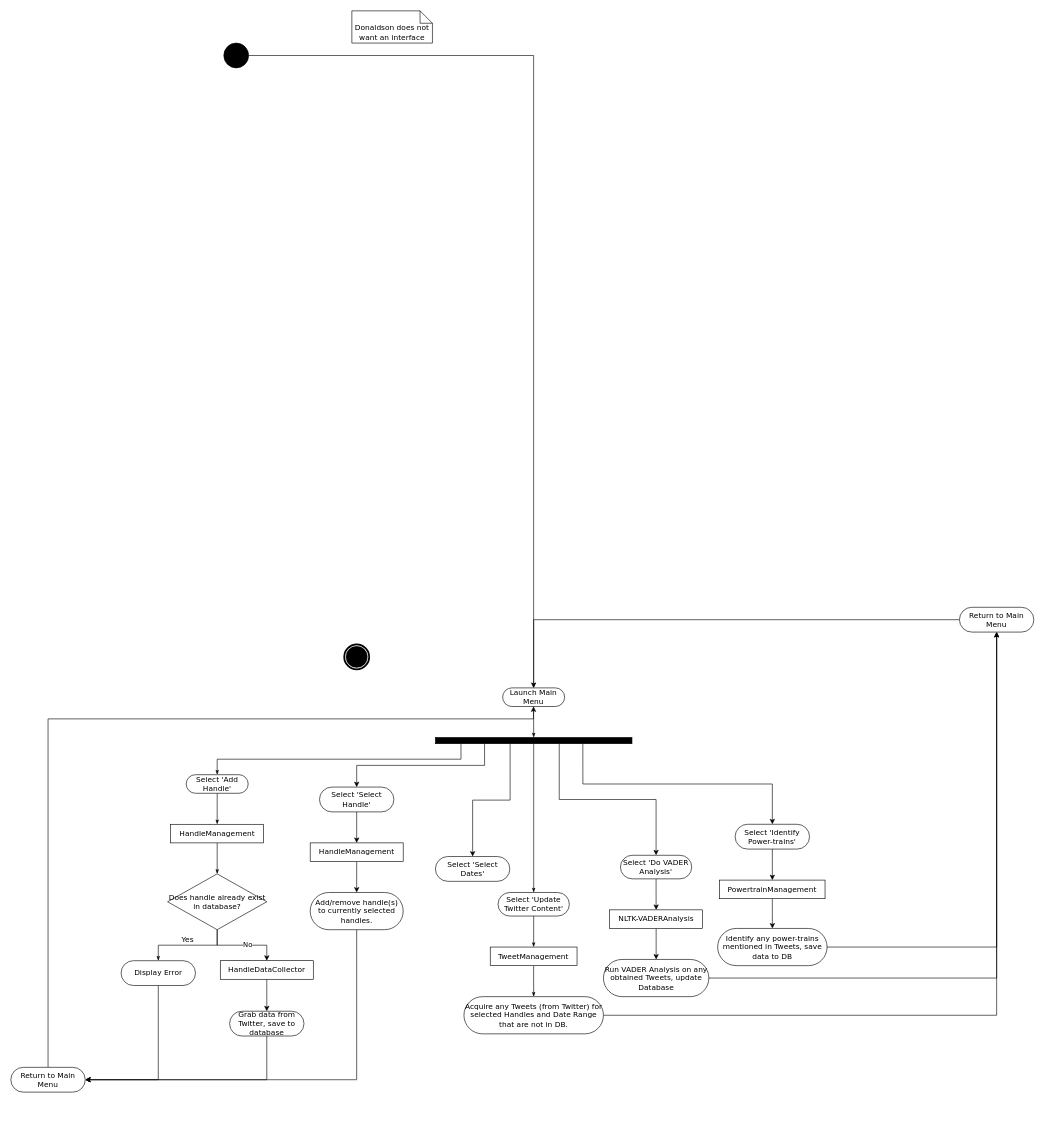
This is uml/dynamic.drawio from agarcia169/4306-Donaldson-Project, a draw.io file, before an edit. Source tidied: cells renumbered, new cells numbered last; positions are measured from the earlier drawing's top-left corner, leaving out a move shared by most shapes. Both pictures are drawn from the tidied source at 62%, with x=0, y=0 at pixel (11, 11).
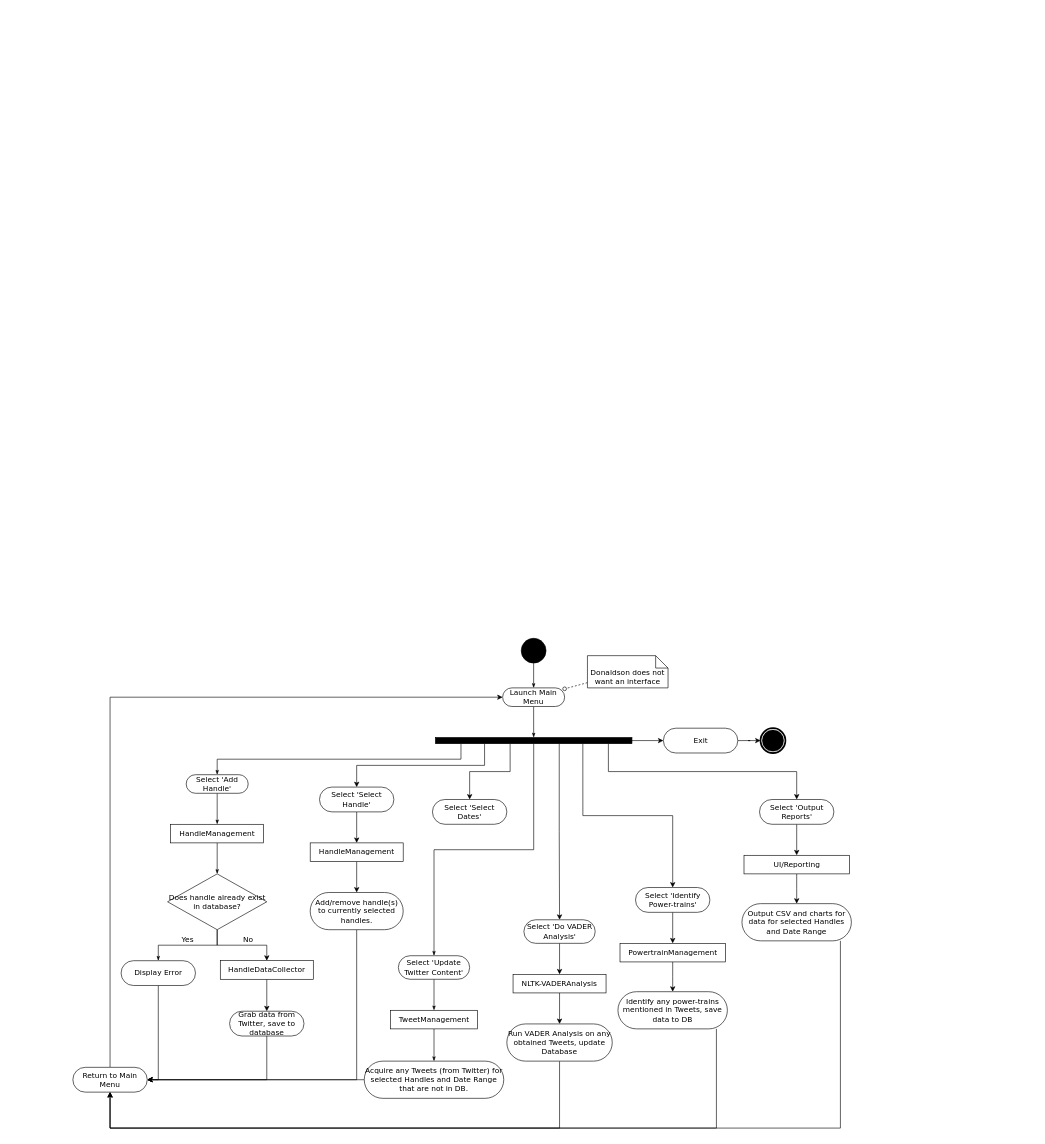
The same diagram, later.

Unchanged cells that the change refers to:
```xml
<mxCell id="9" value="Launch Main Menu" style="rounded=1;whiteSpace=wrap;html=1;shadow=0;comic=0;labelBackgroundColor=none;strokeWidth=1;fontFamily=Verdana;fontSize=12;align=center;arcSize=50;" parent="1" vertex="1">
  <mxGeometry x="793.2" y="1092" width="100" height="30" as="geometry" />
</mxCell>
<mxCell id="21" style="whiteSpace=wrap;html=1;rounded=0;shadow=0;comic=0;labelBackgroundColor=none;strokeWidth=1;fillColor=#000000;fontFamily=Verdana;fontSize=12;align=center;rotation=0;points=[[0,0,0,0,0],[0,0.3,0,0,0],[0,0.5,0,0,0],[0,0.7,0,0,0],[0,1,0,0,0],[0.13,0,0,0,0],[0.13,1,0,0,0],[0.25,0,0,0,0],[0.25,1,0,0,0],[0.38,0,0,0,0],[0.38,1,0,0,0],[0.5,0,0,0,0],[0.5,1,0,0,0],[0.63,0,0,0,0],[0.63,1,0,0,0],[0.75,0,0,0,0],[0.75,1,0,0,0],[0.88,0,0,0,0],[0.88,1,0,0,0],[1,0,0,0,0],[1,0.3,0,0,0],[1,0.5,0,0,0],[1,0.8,0,0,0],[1,1,0,0,0]];" parent="1" vertex="1">
  <mxGeometry x="684.8" y="1172" width="317" height="10" as="geometry" />
</mxCell>
<mxCell id="23" value="HandleDataCollector" style="rounded=0;whiteSpace=wrap;html=1;shadow=0;comic=0;labelBackgroundColor=none;strokeWidth=1;fontFamily=Verdana;fontSize=12;align=center;arcSize=50;" parent="1" vertex="1">
  <mxGeometry x="337.8" y="1532" width="150" height="30" as="geometry" />
</mxCell>
<mxCell id="27" value="Does handle already exist in database?" style="rhombus;shadow=0;fontFamily=Verdana;fontSize=12;fontColor=rgb(0, 0, 0);align=center;strokeColor=rgb(0, 0, 0);strokeWidth=1;fillColor=rgb(255, 255, 255);html=1;comic=0;whiteSpace=wrap;" parent="1" vertex="1">
  <mxGeometry x="252.8" y="1392" width="160" height="90" as="geometry" />
</mxCell>
```

Change to the diagram source:
```diff
@@
+    <mxCell id="57" style="rounded=0;jettySize=auto;html=1;fontFamily=Verdana;endArrow=oval;endFill=0;dashed=1;" parent="1" edge="1" source="2" target="9">
+      <mxGeometry relative="1" as="geometry" />
+    </mxCell>
     <mxCell id="2" value="Donaldson does not want an interface" style="shape=note;whiteSpace=wrap;html=1;rounded=0;shadow=0;comic=0;labelBackgroundColor=none;strokeWidth=1;fontFamily=Verdana;fontSize=12;align=center;size=20;labelPosition=center;verticalLabelPosition=middle;verticalAlign=bottom;" parent="1" vertex="1">
-      <mxGeometry x="550" width="130" height="52" as="geometry" />
+      <mxGeometry x="930" y="1040" width="130" height="52" as="geometry" />
     </mxCell>
@@
     <mxCell id="8" style="ellipse;whiteSpace=wrap;html=1;rounded=0;shadow=0;comic=0;labelBackgroundColor=none;strokeWidth=1;fillColor=#000000;fontFamily=Verdana;fontSize=12;align=center;" parent="1" vertex="1">
-      <mxGeometry x="343.5" y="52" width="40" height="40" as="geometry" />
+      <mxGeometry x="823.2" y="1012" width="40" height="40" as="geometry" />
     </mxCell>
@@
     <mxCell id="11" value="Select 'Update Twitter Content'" style="rounded=1;whiteSpace=wrap;html=1;shadow=0;comic=0;labelBackgroundColor=none;strokeWidth=1;fontFamily=Verdana;fontSize=12;align=center;arcSize=50;" parent="1" vertex="1">
-      <mxGeometry x="785.8" y="1422" width="115" height="38" as="geometry" />
+      <mxGeometry x="625" y="1524" width="115" height="38" as="geometry" />
     </mxCell>
-    <mxCell id="12" style="edgeStyle=orthogonalEdgeStyle;rounded=0;html=1;labelBackgroundColor=none;startArrow=none;startFill=0;startSize=5;endArrow=classicThin;endFill=1;endSize=5;jettySize=auto;strokeWidth=1;fontFamily=Verdana;fontSize=12;" parent="1" edge="1" source="13" target="52">
-      <mxGeometry relative="1" as="geometry" />
-    </mxCell>
+    <mxCell id="58" style="edgeStyle=orthogonalEdgeStyle;rounded=0;jettySize=auto;html=1;fontFamily=Verdana;fontSize=12;endArrow=classic;endFill=1;" parent="1" edge="1" source="13" target="41">
+      <mxGeometry relative="1" as="geometry" />
+    </mxCell>
     <mxCell id="13" value="Acquire any Tweets (from Twitter) for selected Handles and Date Range that are not in DB." style="rounded=1;whiteSpace=wrap;html=1;shadow=0;comic=0;labelBackgroundColor=none;strokeWidth=1;fontFamily=Verdana;fontSize=12;align=center;arcSize=50;" parent="1" vertex="1">
-      <mxGeometry x="730.8" y="1590" width="225" height="60" as="geometry" />
+      <mxGeometry x="570" y="1694" width="225" height="60" as="geometry" />
     </mxCell>
@@
     <mxCell id="15" value="TweetManagement" style="rounded=0;whiteSpace=wrap;html=1;shadow=0;comic=0;labelBackgroundColor=none;strokeWidth=1;fontFamily=Verdana;fontSize=12;align=center;arcSize=50;" parent="1" vertex="1">
-      <mxGeometry x="773.2" y="1510" width="140" height="30" as="geometry" />
+      <mxGeometry x="612.5" y="1612" width="140" height="30" as="geometry" />
     </mxCell>
     <mxCell id="16" style="shape=mxgraph.bpmn.shape;html=1;verticalLabelPosition=bottom;labelBackgroundColor=#ffffff;verticalAlign=top;perimeter=ellipsePerimeter;outline=end;symbol=terminate;rounded=0;shadow=0;comic=0;strokeWidth=1;fontFamily=Verdana;fontSize=12;align=center;" parent="1" vertex="1">
-      <mxGeometry x="537.8" y="1022" width="40" height="40" as="geometry" />
+      <mxGeometry x="1209.2" y="1157" width="40" height="40" as="geometry" />
     </mxCell>
@@
+    <mxCell id="59" style="edgeStyle=orthogonalEdgeStyle;rounded=0;jettySize=auto;html=1;exitX=0.88;exitY=1;exitDx=0;exitDy=0;exitPerimeter=0;fontFamily=Verdana;endArrow=classic;endFill=1;" parent="1" edge="1" source="21" target="68">
+      <mxGeometry relative="1" as="geometry" />
+    </mxCell>
+    <mxCell id="60" style="edgeStyle=orthogonalEdgeStyle;rounded=0;jettySize=auto;html=1;exitX=1;exitY=0.5;exitDx=0;exitDy=0;exitPerimeter=0;fontFamily=Verdana;fontSize=12;endArrow=classic;endFill=1;" parent="1" edge="1" source="21" target="70">
+      <mxGeometry relative="1" as="geometry" />
+    </mxCell>
@@
-    <mxCell id="26" value="No" style="edgeStyle=orthogonalEdgeStyle;rounded=0;jettySize=auto;html=1;endArrow=classic;endFill=1;fontFamily=Verdana;verticalAlign=middle;align=left;" parent="1" edge="1" source="27" target="23">
+    <mxCell id="26" value="No" style="edgeStyle=orthogonalEdgeStyle;rounded=0;jettySize=auto;html=1;endArrow=classic;endFill=1;fontFamily=Verdana;verticalAlign=bottom;align=left;fontSize=12;" parent="1" edge="1" source="27" target="23">
       <mxGeometry relative="1" as="geometry" />
     </mxCell>
@@
     <mxCell id="40" style="edgeStyle=orthogonalEdgeStyle;rounded=0;jettySize=auto;html=1;fontFamily=Verdana;endArrow=classic;endFill=1;" parent="1" edge="1" source="41" target="9">
       <mxGeometry relative="1" as="geometry">
         <Array as="points">
-          <mxPoint x="60" y="1142" />
-          <mxPoint x="843" y="1142" />
+          <mxPoint x="160" y="1107" />
         </Array>
       </mxGeometry>
     </mxCell>
     <mxCell id="41" value="Return to Main Menu" style="rounded=1;whiteSpace=wrap;html=1;shadow=0;comic=0;labelBackgroundColor=none;strokeWidth=1;fontFamily=Verdana;fontSize=12;align=center;arcSize=50;" parent="1" vertex="1">
-      <mxGeometry y="1704" width="120" height="40" as="geometry" />
+      <mxGeometry x="100" y="1704" width="120" height="40" as="geometry" />
     </mxCell>
     <mxCell id="42" value="Select 'Select Dates'" style="rounded=1;whiteSpace=wrap;html=1;shadow=0;comic=0;labelBackgroundColor=none;strokeWidth=1;fontFamily=Verdana;fontSize=12;align=center;arcSize=50;" parent="1" vertex="1">
-      <mxGeometry x="684.8" y="1364" width="120" height="40" as="geometry" />
+      <mxGeometry x="680" y="1272" width="120" height="40" as="geometry" />
     </mxCell>
-    <mxCell id="43" style="edgeStyle=orthogonalEdgeStyle;rounded=0;jettySize=auto;html=1;fontFamily=Verdana;endArrow=classic;endFill=1;" parent="1" edge="1" source="44" target="52">
-      <mxGeometry relative="1" as="geometry" />
-    </mxCell>
+    <mxCell id="61" style="edgeStyle=orthogonalEdgeStyle;rounded=0;jettySize=auto;html=1;fontFamily=Verdana;fontSize=12;endArrow=classic;endFill=1;" parent="1" edge="1" source="44" target="41">
+      <mxGeometry relative="1" as="geometry">
+        <Array as="points">
+          <mxPoint x="160" y="1802" />
+        </Array>
+      </mxGeometry>
+    </mxCell>
     <mxCell id="44" value="Run VADER Analysis on any obtained Tweets, update Database" style="rounded=1;whiteSpace=wrap;html=1;shadow=0;comic=0;labelBackgroundColor=none;strokeWidth=1;fontFamily=Verdana;fontSize=12;align=center;arcSize=50;" parent="1" vertex="1">
-      <mxGeometry x="955.8" y="1530" width="170" height="60" as="geometry" />
+      <mxGeometry x="800" y="1634" width="170" height="60" as="geometry" />
     </mxCell>
-    <mxCell id="45" style="edgeStyle=orthogonalEdgeStyle;rounded=0;jettySize=auto;html=1;fontFamily=Verdana;endArrow=classic;endFill=1;" parent="1" edge="1" source="46" target="52">
-      <mxGeometry relative="1" as="geometry" />
-    </mxCell>
+    <mxCell id="62" style="edgeStyle=orthogonalEdgeStyle;rounded=0;jettySize=auto;html=1;fontFamily=Verdana;fontSize=12;endArrow=classic;endFill=1;" parent="1" edge="1" source="46" target="41">
+      <mxGeometry relative="1" as="geometry">
+        <Array as="points">
+          <mxPoint x="1138" y="1802" />
+          <mxPoint x="160" y="1802" />
+        </Array>
+      </mxGeometry>
+    </mxCell>
     <mxCell id="46" value="Identify any power-trains mentioned in Tweets, save data to DB" style="rounded=1;whiteSpace=wrap;html=1;shadow=0;comic=0;labelBackgroundColor=none;strokeWidth=1;fontFamily=Verdana;fontSize=12;align=center;arcSize=50;" parent="1" vertex="1">
-      <mxGeometry x="1140" y="1480" width="176.5" height="60" as="geometry" />
+      <mxGeometry x="979.2" y="1582" width="176.5" height="60" as="geometry" />
     </mxCell>
@@
     <mxCell id="48" value="&lt;div&gt;NLTK-VADERAnalysis&lt;/div&gt;" style="rounded=0;whiteSpace=wrap;html=1;shadow=0;comic=0;labelBackgroundColor=none;strokeWidth=1;fontFamily=Verdana;fontSize=12;align=center;arcSize=50;" parent="1" vertex="1">
-      <mxGeometry x="965.8" y="1450" width="150" height="30" as="geometry" />
+      <mxGeometry x="810" y="1554" width="150" height="30" as="geometry" />
     </mxCell>
@@
     <mxCell id="50" value="PowertrainManagement" style="rounded=0;whiteSpace=wrap;html=1;shadow=0;comic=0;labelBackgroundColor=none;strokeWidth=1;fontFamily=Verdana;fontSize=12;align=center;arcSize=50;" parent="1" vertex="1">
-      <mxGeometry x="1143.2" y="1402" width="170" height="30" as="geometry" />
+      <mxGeometry x="982.5" y="1504" width="170" height="30" as="geometry" />
     </mxCell>
-    <mxCell id="51" style="edgeStyle=orthogonalEdgeStyle;rounded=0;jettySize=auto;html=1;fontFamily=Verdana;endArrow=classic;endFill=1;" parent="1" edge="1" source="52" target="9">
-      <mxGeometry relative="1" as="geometry" />
-    </mxCell>
-    <mxCell id="52" value="Return to Main Menu" style="rounded=1;whiteSpace=wrap;html=1;shadow=0;comic=0;labelBackgroundColor=none;strokeWidth=1;fontFamily=Verdana;fontSize=12;align=center;arcSize=50;" parent="1" vertex="1">
-      <mxGeometry x="1530" y="962" width="120" height="40" as="geometry" />
-    </mxCell>
@@
     <mxCell id="54" value="Select 'Do VADER Analysis'" style="rounded=1;whiteSpace=wrap;html=1;shadow=0;comic=0;labelBackgroundColor=none;strokeWidth=1;fontFamily=Verdana;fontSize=12;align=center;arcSize=50;" parent="1" vertex="1">
-      <mxGeometry x="983.2" y="1362" width="115" height="38" as="geometry" />
+      <mxGeometry x="827.5" y="1466" width="115" height="38" as="geometry" />
     </mxCell>
@@
     <mxCell id="56" value="Select 'Identify Power-trains'" style="rounded=1;whiteSpace=wrap;html=1;shadow=0;comic=0;labelBackgroundColor=none;strokeWidth=1;fontFamily=Verdana;fontSize=12;align=center;arcSize=50;fillColor=default;" parent="1" vertex="1">
-      <mxGeometry x="1168.2" y="1312" width="120" height="40" as="geometry" />
+      <mxGeometry x="1007.5" y="1414" width="120" height="40" as="geometry" />
     </mxCell>
+    <mxCell id="63" style="edgeStyle=orthogonalEdgeStyle;rounded=0;jettySize=auto;html=1;fontFamily=Verdana;fontSize=12;endArrow=classic;endFill=1;" parent="1" edge="1" source="64" target="41">
+      <mxGeometry relative="1" as="geometry">
+        <Array as="points">
+          <mxPoint x="1338" y="1802" />
+          <mxPoint x="160" y="1802" />
+        </Array>
+      </mxGeometry>
+    </mxCell>
+    <mxCell id="64" value="Output CSV and charts for data for selected Handles and Date Range" style="rounded=1;whiteSpace=wrap;html=1;shadow=0;comic=0;labelBackgroundColor=none;strokeWidth=1;fontFamily=Verdana;fontSize=12;align=center;arcSize=50;" parent="1" vertex="1">
+      <mxGeometry x="1179.2" y="1440" width="176.5" height="60" as="geometry" />
+    </mxCell>
+    <mxCell id="65" style="edgeStyle=orthogonalEdgeStyle;rounded=0;jettySize=auto;html=1;fontFamily=Verdana;endArrow=classic;endFill=1;" parent="1" edge="1" source="66" target="64">
+      <mxGeometry relative="1" as="geometry" />
+    </mxCell>
+    <mxCell id="66" value="UI/Reporting" style="rounded=0;whiteSpace=wrap;html=1;shadow=0;comic=0;labelBackgroundColor=none;strokeWidth=1;fontFamily=Verdana;fontSize=12;align=center;arcSize=50;" parent="1" vertex="1">
+      <mxGeometry x="1182.5" y="1362" width="170" height="30" as="geometry" />
+    </mxCell>
+    <mxCell id="67" style="edgeStyle=orthogonalEdgeStyle;rounded=0;jettySize=auto;html=1;fontFamily=Verdana;endArrow=classic;endFill=1;" parent="1" edge="1" source="68" target="66">
+      <mxGeometry relative="1" as="geometry" />
+    </mxCell>
+    <mxCell id="68" value="Select 'Output Reports'" style="rounded=1;whiteSpace=wrap;html=1;shadow=0;comic=0;labelBackgroundColor=none;strokeWidth=1;fontFamily=Verdana;fontSize=12;align=center;arcSize=50;fillColor=default;" parent="1" vertex="1">
+      <mxGeometry x="1207.5" y="1272" width="120" height="40" as="geometry" />
+    </mxCell>
+    <mxCell id="69" style="edgeStyle=orthogonalEdgeStyle;rounded=0;jettySize=auto;html=1;fontFamily=Verdana;fontSize=12;endArrow=classic;endFill=1;entryX=0;entryY=0.5;entryDx=0;entryDy=0;" parent="1" edge="1" source="70" target="16">
+      <mxGeometry relative="1" as="geometry" />
+    </mxCell>
+    <mxCell id="70" value="Exit" style="rounded=1;whiteSpace=wrap;html=1;shadow=0;comic=0;labelBackgroundColor=none;strokeWidth=1;fontFamily=Verdana;fontSize=12;align=center;arcSize=50;" parent="1" vertex="1">
+      <mxGeometry x="1052.5" y="1157" width="120" height="40" as="geometry" />
+    </mxCell>
```
